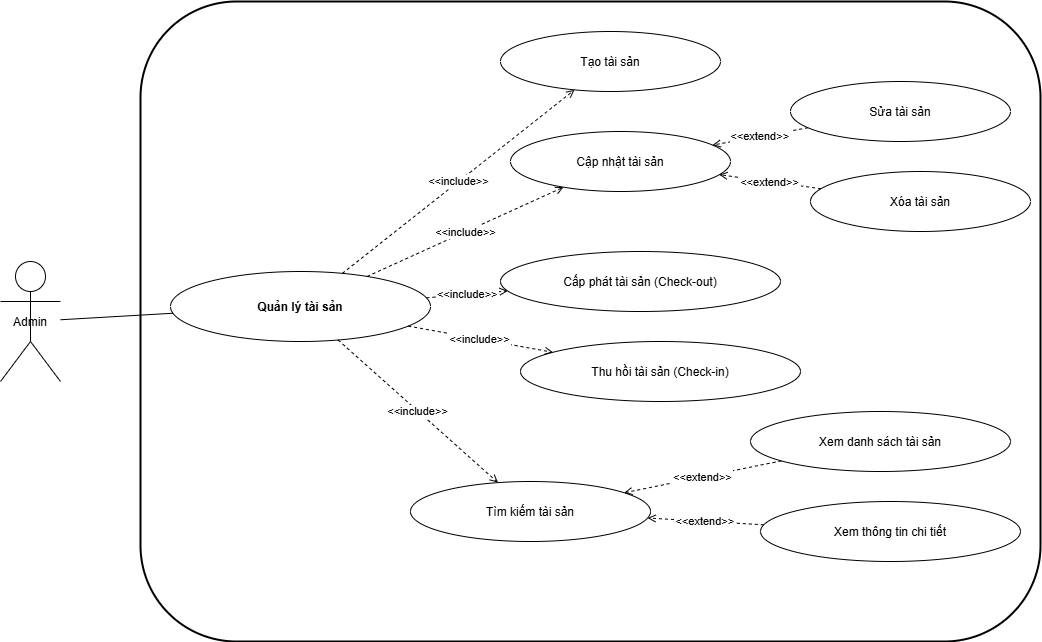
Before: latex/Hinhve/usecase_phan_ra_taisan.png, a diagram exported from draw.io (ntuan7059/do_an_tot_nghiep). Source tidied: cells renumbered, new cells last; positions are measured from the earlier drawing's top-left corner, leaving out a move shared by most shapes.
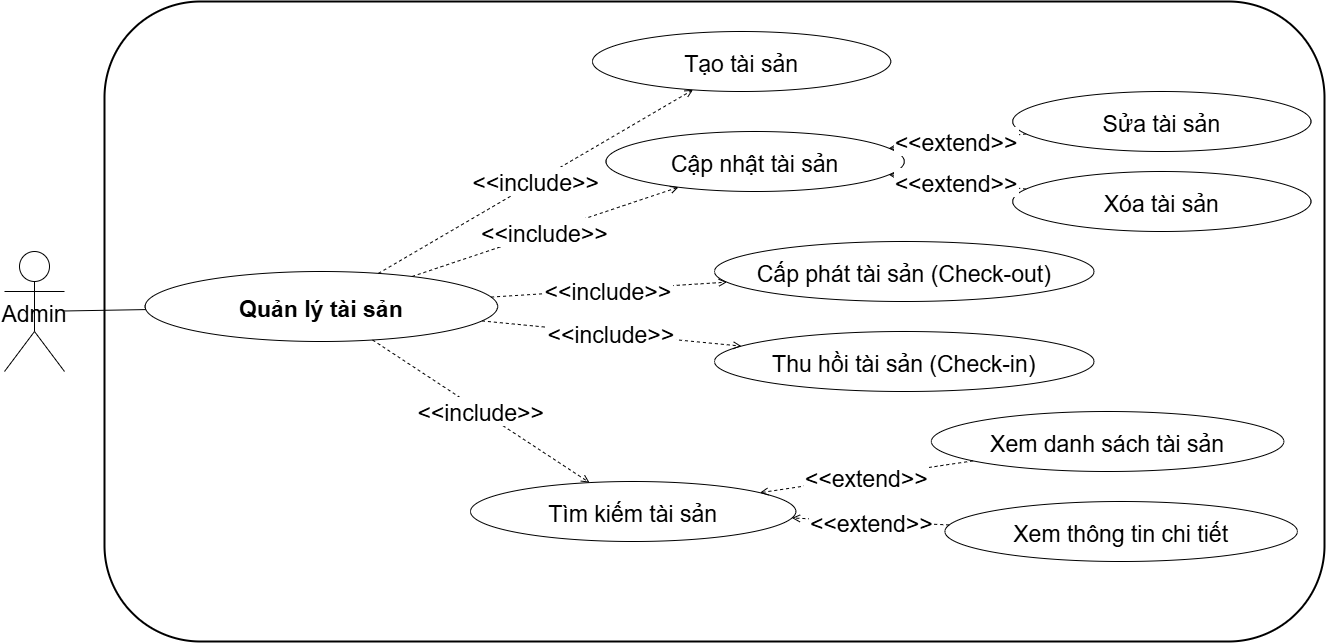
After the commit.

The edit, as a diff of the source:
```diff
@@ -2,70 +2,70 @@
   <root>
     <mxCell id="0" />
     <mxCell id="1" parent="0" />
-    <mxCell id="2" value="Admin" style="shape=umlActor;" parent="1" vertex="1">
+    <mxCell id="2" value="Admin" style="shape=umlActor;fontSize=23;" parent="1" vertex="1">
       <mxGeometry y="260" width="60" height="120" as="geometry" />
     </mxCell>
-    <mxCell id="3" style="rounded=1;strokeWidth=2;" parent="1" vertex="1">
-      <mxGeometry x="140" width="900" height="640" as="geometry" />
+    <mxCell id="3" style="rounded=1;strokeWidth=2;fontSize=23;" parent="1" vertex="1">
+      <mxGeometry x="100" y="10" width="1220" height="640" as="geometry" />
     </mxCell>
-    <mxCell id="4" value="Quản lý tài sản" style="ellipse;fontStyle=1;" parent="3" vertex="1">
-      <mxGeometry x="30" y="270" width="260" height="70" as="geometry" />
+    <mxCell id="4" value="Quản lý tài sản" style="ellipse;fontStyle=1;fontSize=23;" parent="3" vertex="1">
+      <mxGeometry x="40.7" y="270" width="352.4" height="70" as="geometry" />
     </mxCell>
-    <mxCell id="5" value="Tạo tài sản" style="ellipse;" parent="3" vertex="1">
-      <mxGeometry x="360" y="30" width="220" height="60" as="geometry" />
+    <mxCell id="5" value="Tạo tài sản" style="ellipse;fontSize=23;" parent="3" vertex="1">
+      <mxGeometry x="488" y="30" width="298.2" height="60" as="geometry" />
     </mxCell>
-    <mxCell id="6" value="Cập nhật tài sản" style="ellipse;" parent="3" vertex="1">
-      <mxGeometry x="370" y="130" width="220" height="60" as="geometry" />
+    <mxCell id="6" value="Cập nhật tài sản" style="ellipse;fontSize=23;" parent="3" vertex="1">
+      <mxGeometry x="501.6" y="130" width="298.2" height="60" as="geometry" />
     </mxCell>
-    <mxCell id="7" value="Cấp phát tài sản (Check-out)" style="ellipse;" parent="3" vertex="1">
-      <mxGeometry x="360" y="250" width="280" height="60" as="geometry" />
+    <mxCell id="7" value="Cấp phát tài sản (Check-out)" style="ellipse;fontSize=23;" parent="3" vertex="1">
+      <mxGeometry x="610" y="240" width="379.6" height="60" as="geometry" />
     </mxCell>
-    <mxCell id="8" value="Thu hồi tài sản (Check-in)" style="ellipse;" parent="3" vertex="1">
-      <mxGeometry x="380" y="340" width="280" height="60" as="geometry" />
+    <mxCell id="8" value="Thu hồi tài sản (Check-in)" style="ellipse;fontSize=23;" parent="3" vertex="1">
+      <mxGeometry x="610" y="330" width="379.6" height="60" as="geometry" />
     </mxCell>
-    <mxCell id="9" value="Tìm kiếm tài sản" style="ellipse;" parent="3" vertex="1">
-      <mxGeometry x="270" y="480" width="240" height="60" as="geometry" />
+    <mxCell id="9" value="Tìm kiếm tài sản" style="ellipse;fontSize=23;" parent="3" vertex="1">
+      <mxGeometry x="366" y="480" width="325.3" height="60" as="geometry" />
     </mxCell>
-    <mxCell id="10" value="Xem danh sách tài sản" style="ellipse;" parent="3" vertex="1">
-      <mxGeometry x="610" y="410" width="260" height="60" as="geometry" />
+    <mxCell id="10" value="Xem danh sách tài sản" style="ellipse;fontSize=23;" parent="3" vertex="1">
+      <mxGeometry x="826.9" y="410" width="352.4" height="60" as="geometry" />
     </mxCell>
-    <mxCell id="11" value="Xem thông tin chi tiết" style="ellipse;" parent="3" vertex="1">
-      <mxGeometry x="620" y="500" width="260" height="60" as="geometry" />
+    <mxCell id="11" value="Xem thông tin chi tiết" style="ellipse;fontSize=23;" parent="3" vertex="1">
+      <mxGeometry x="840.4" y="500" width="352.4" height="60" as="geometry" />
     </mxCell>
-    <mxCell id="12" value="Sửa tài sản" style="ellipse;" parent="3" vertex="1">
-      <mxGeometry x="650" y="80" width="220" height="60" as="geometry" />
+    <mxCell id="12" value="Sửa tài sản" style="ellipse;fontSize=23;" parent="3" vertex="1">
+      <mxGeometry x="908.2" y="90" width="298.2" height="60" as="geometry" />
     </mxCell>
-    <mxCell id="13" value="Xóa tài sản" style="ellipse;" parent="3" vertex="1">
-      <mxGeometry x="670" y="170" width="220" height="60" as="geometry" />
+    <mxCell id="13" value="Xóa tài sản" style="ellipse;fontSize=23;" parent="3" vertex="1">
+      <mxGeometry x="908.2" y="170" width="298.2" height="60" as="geometry" />
     </mxCell>
-    <mxCell id="14" value="&lt;&lt;include&gt;&gt;" style="dashed=1;endArrow=open;" parent="3" edge="1" source="4" target="5">
+    <mxCell id="14" value="&lt;&lt;include&gt;&gt;" style="dashed=1;endArrow=open;fontSize=23;" parent="3" edge="1" source="4" target="5">
       <mxGeometry relative="1" as="geometry" />
     </mxCell>
-    <mxCell id="15" value="&lt;&lt;include&gt;&gt;" style="dashed=1;endArrow=open;" parent="3" edge="1" source="4" target="6">
+    <mxCell id="15" value="&lt;&lt;include&gt;&gt;" style="dashed=1;endArrow=open;fontSize=23;" parent="3" edge="1" source="4" target="6">
       <mxGeometry relative="1" as="geometry" />
     </mxCell>
-    <mxCell id="16" value="&lt;&lt;include&gt;&gt;" style="dashed=1;endArrow=open;" parent="3" edge="1" source="4" target="7">
+    <mxCell id="16" value="&lt;&lt;include&gt;&gt;" style="dashed=1;endArrow=open;fontSize=23;" parent="3" edge="1" source="4" target="7">
       <mxGeometry relative="1" as="geometry" />
     </mxCell>
-    <mxCell id="17" value="&lt;&lt;include&gt;&gt;" style="dashed=1;endArrow=open;" parent="3" edge="1" source="4" target="8">
+    <mxCell id="17" value="&lt;&lt;include&gt;&gt;" style="dashed=1;endArrow=open;fontSize=23;" parent="3" edge="1" source="4" target="8">
       <mxGeometry relative="1" as="geometry" />
     </mxCell>
-    <mxCell id="18" value="&lt;&lt;include&gt;&gt;" style="dashed=1;endArrow=open;" parent="3" edge="1" source="4" target="9">
+    <mxCell id="18" value="&lt;&lt;include&gt;&gt;" style="dashed=1;endArrow=open;fontSize=23;" parent="3" edge="1" source="4" target="9">
       <mxGeometry relative="1" as="geometry" />
     </mxCell>
-    <mxCell id="19" value="&lt;&lt;extend&gt;&gt;" style="dashed=1;endArrow=open;" parent="3" edge="1" source="10" target="9">
+    <mxCell id="19" value="&lt;&lt;extend&gt;&gt;" style="dashed=1;endArrow=open;fontSize=23;" parent="3" edge="1" source="10" target="9">
       <mxGeometry relative="1" as="geometry" />
     </mxCell>
-    <mxCell id="20" value="&lt;&lt;extend&gt;&gt;" style="dashed=1;endArrow=open;" parent="3" edge="1" source="11" target="9">
+    <mxCell id="20" value="&lt;&lt;extend&gt;&gt;" style="dashed=1;endArrow=open;fontSize=23;" parent="3" edge="1" source="11" target="9">
       <mxGeometry relative="1" as="geometry" />
     </mxCell>
-    <mxCell id="21" value="&lt;&lt;extend&gt;&gt;" style="dashed=1;endArrow=open;" parent="3" edge="1" source="12" target="6">
+    <mxCell id="21" value="&lt;&lt;extend&gt;&gt;" style="dashed=1;endArrow=open;fontSize=23;" parent="3" edge="1" source="12" target="6">
       <mxGeometry relative="1" as="geometry" />
     </mxCell>
-    <mxCell id="22" value="&lt;&lt;extend&gt;&gt;" style="dashed=1;endArrow=open;" parent="3" edge="1" source="13" target="6">
+    <mxCell id="22" value="&lt;&lt;extend&gt;&gt;" style="dashed=1;endArrow=open;fontSize=23;" parent="3" edge="1" source="13" target="6">
       <mxGeometry relative="1" as="geometry" />
     </mxCell>
-    <mxCell id="23" style="endArrow=none;" parent="1" edge="1" source="2" target="4">
+    <mxCell id="23" style="endArrow=none;fontSize=23;" parent="1" edge="1" source="2" target="4">
       <mxGeometry relative="1" as="geometry" />
     </mxCell>
   </root>
```
